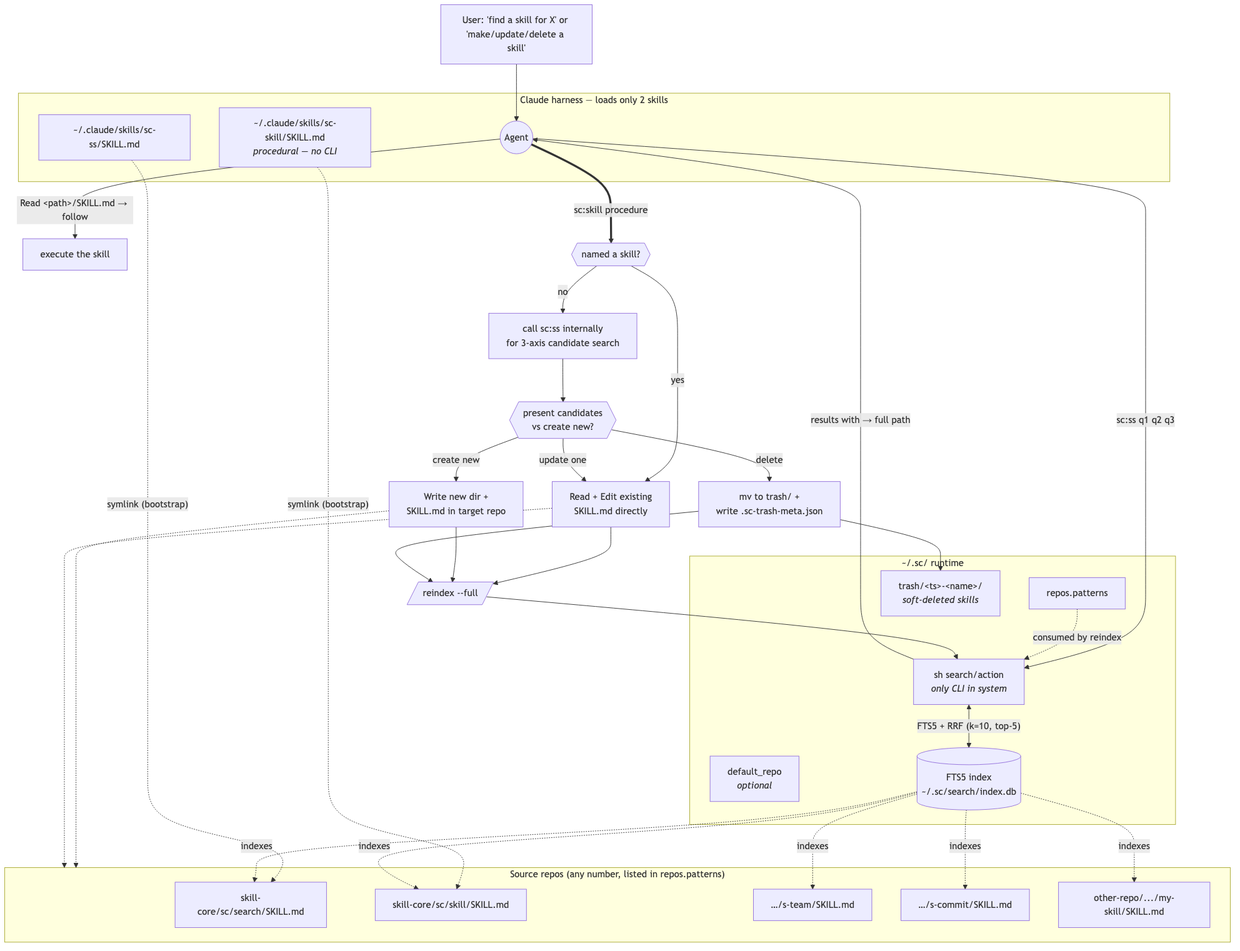
This is docs/architecture.png from belarusrulez/skill-core, a Mermaid export, as it was before one commit. Its source is kept beside it as docs/architecture.mmd. Its diagram source:
```mermaid
flowchart TB
  U["User: 'find a skill for X' or 'make/update/delete a skill'"]

  subgraph agent_h["Agent harness — skill-core adds these 2 (others may already be registered)"]
    A((Agent))
    R1["sc:search registration → SKILL.md"]
    R2["sc:crud registration → SKILL.md<br/><i>procedural — no CLI</i>"]
  end

  subgraph runtime["~/.sc/ runtime"]
    P["repos.patterns"]
    DR["default_repo<br/><i>optional</i>"]
    IDX[("FTS5 index<br/>~/.sc/search/index.db")]
    SACT["sh search/action<br/><i>only CLI in system</i>"]
    TR["trash/&lt;ts&gt;-&lt;name&gt;/<br/><i>soft-deleted skills</i>"]
  end

  subgraph sources["Source repos (any number, listed in repos.patterns)"]
    S4["skill-core/sc/search/SKILL.md"]
    S5["skill-core/sc/crud/SKILL.md"]
    S1["…/s-team/SKILL.md"]
    S2["…/s-commit/SKILL.md"]
    S3["other-repo/.../my-skill/SKILL.md"]
  end

  U --> A
  R1 -. "symlink (bootstrap)" .-> S4
  R2 -. "symlink (bootstrap)" .-> S5

  A -- "sc:search q1 q2 q3" --> SACT
  P -. "consumed by reindex" .-> SACT
  SACT <-->|"FTS5 + RRF (k=10, top-5)"| IDX
  IDX -. "indexes" .-> S1 & S2 & S3 & S4 & S5
  SACT -- "results with → full path" --> A
  A -- "Read &lt;path&gt;/SKILL.md → follow" --> RUN["execute the skill"]

  A == "sc:crud procedure" ==> DEC{{"named a skill?"}}
  DEC -- "yes" --> EDIT["Read + Edit existing<br/>SKILL.md directly"]
  DEC -- "no" --> CAND["call sc:search internally<br/>for 3-axis candidate search"]
  CAND --> ASK{{"present candidates<br/>vs create new?"}}
  ASK -- "update one" --> EDIT
  ASK -- "create new" --> NEW["Write new dir +<br/>SKILL.md in target repo"]
  ASK -- "delete" --> DEL["mv to trash/ +<br/>write .sc-trash-meta.json"]
  EDIT --> RIDX[/"reindex --full"/]
  NEW --> RIDX
  DEL --> TR
  DEL --> RIDX
  RIDX --> SACT
  NEW -.-> sources
  EDIT -.-> sources
```
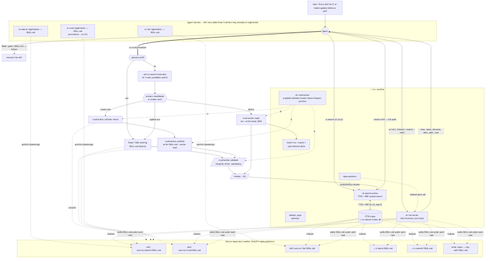
The same file after the commit.

Commit message:
Add sc:list skill + crud/action helper script

The edit, as a diff of the source:
```diff
@@ -1,23 +1,27 @@
 flowchart TB
   U["User: 'find a skill for X' or 'make/update/delete a skill'"]
 
-  subgraph agent_h["Agent harness — skill-core adds these 2 (others may already be registered)"]
+  subgraph agent_h["Agent harness — skill-core adds these 3 (others may already be registered)"]
     A((Agent))
     R1["sc:search registration → SKILL.md"]
     R2["sc:crud registration → SKILL.md<br/><i>procedural — no CLI</i>"]
+    R3["sc:list registration → SKILL.md"]
   end
 
   subgraph runtime["~/.sc/ runtime"]
     P["repos.patterns"]
     DR["default_repo<br/><i>optional</i>"]
     IDX[("FTS5 index<br/>~/.sc/search/index.db")]
-    SACT["sh search/action<br/><i>only CLI in system</i>"]
+    SACT["sh search/action<br/><i>FTS5 + RRF ranked search</i>"]
+    CACT["sh crud/action<br/><i>scaffold/validate/trash/restore/import-preview</i>"]
+    LACT["sh list/action<br/><i>flat inventory (no index)</i>"]
     TR["trash/&lt;ts&gt;-&lt;name&gt;/<br/><i>soft-deleted skills</i>"]
   end
 
   subgraph sources["Source repos (any number, listed in repos.patterns)"]
     S4["skill-core/sc/search/SKILL.md"]
     S5["skill-core/sc/crud/SKILL.md"]
+    S6["skill-core/sc/list/SKILL.md"]
     S1["…/s-team/SKILL.md"]
     S2["…/s-commit/SKILL.md"]
     S3["other-repo/.../my-skill/SKILL.md"]
@@ -26,12 +30,19 @@
   U --> A
   R1 -. "symlink (bootstrap)" .-> S4
   R2 -. "symlink (bootstrap)" .-> S5
+  R3 -. "symlink (bootstrap)" .-> S6
 
   A -- "sc:search q1 q2 q3" --> SACT
   P -. "consumed by reindex" .-> SACT
   SACT <-->|"FTS5 + RRF (k=10, top-5)"| IDX
-  IDX -. "indexes" .-> S1 & S2 & S3 & S4 & S5
+  IDX -. "indexes" .-> S1 & S2 & S3 & S4 & S5 & S6
   SACT -- "results with → full path" --> A
+
+  A -- "sc:list [--format|--match|--root]" --> LACT
+  P -. "walked each call" .-> LACT
+  LACT -. "walks SKILL.md under each root" .-> S1 & S2 & S3 & S4 & S5 & S6
+  LACT -- "rows: name, dirname, desc, path, root" --> A
+
   A -- "Read &lt;path&gt;/SKILL.md → follow" --> RUN["execute the skill"]
 
   A == "sc:crud procedure" ==> DEC{{"named a skill?"}}
@@ -39,12 +50,16 @@
   DEC -- "no" --> CAND["call sc:search internally<br/>for 3-axis candidate search"]
   CAND --> ASK{{"present candidates<br/>vs create new?"}}
   ASK -- "update one" --> EDIT
-  ASK -- "create new" --> NEW["Write new dir +<br/>SKILL.md in target repo"]
-  ASK -- "delete" --> DEL["mv to trash/ +<br/>write .sc-trash-meta.json"]
-  EDIT --> RIDX[/"reindex --full"/]
-  NEW --> RIDX
+  ASK -- "create new" --> COL["crud/action collision-check"]
+  COL --> NEW["crud/action scaffold<br/><i>write SKILL.md + action stub</i>"]
+  ASK -- "delete" --> DEL["crud/action trash<br/><i>mv + write meta JSON</i>"]
+  EDIT --> VAL[/"crud/action validate<br/><i>integrity check, mandatory</i>"/]
+  NEW --> VAL
+  VAL --> RIDX[/"reindex --full"/]
   DEL --> TR
   DEL --> RIDX
   RIDX --> SACT
+  COL -. "consults" .-> sources
   NEW -.-> sources
   EDIT -.-> sources
+  CACT -. "is" .-> COL & NEW & DEL & VAL
```
